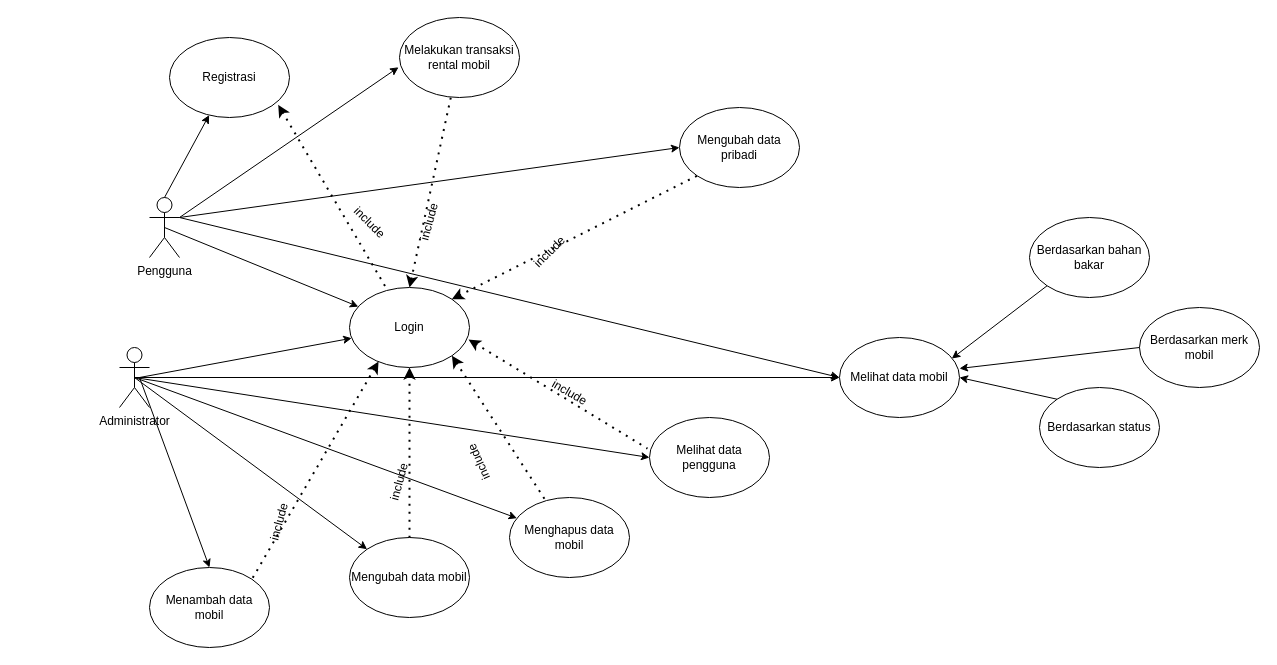
Earlier version of the draw.io diagram UTS.drawio (juanangelaalma/kelompok3_flutter). Source tidied: cells renumbered, new cells numbered last; positions are measured from the earlier drawing's top-left corner, leaving out a move shared by most shapes. Both pictures are drawn from the tidied source at 100%, with x=0, y=0 at pixel (119, 17).
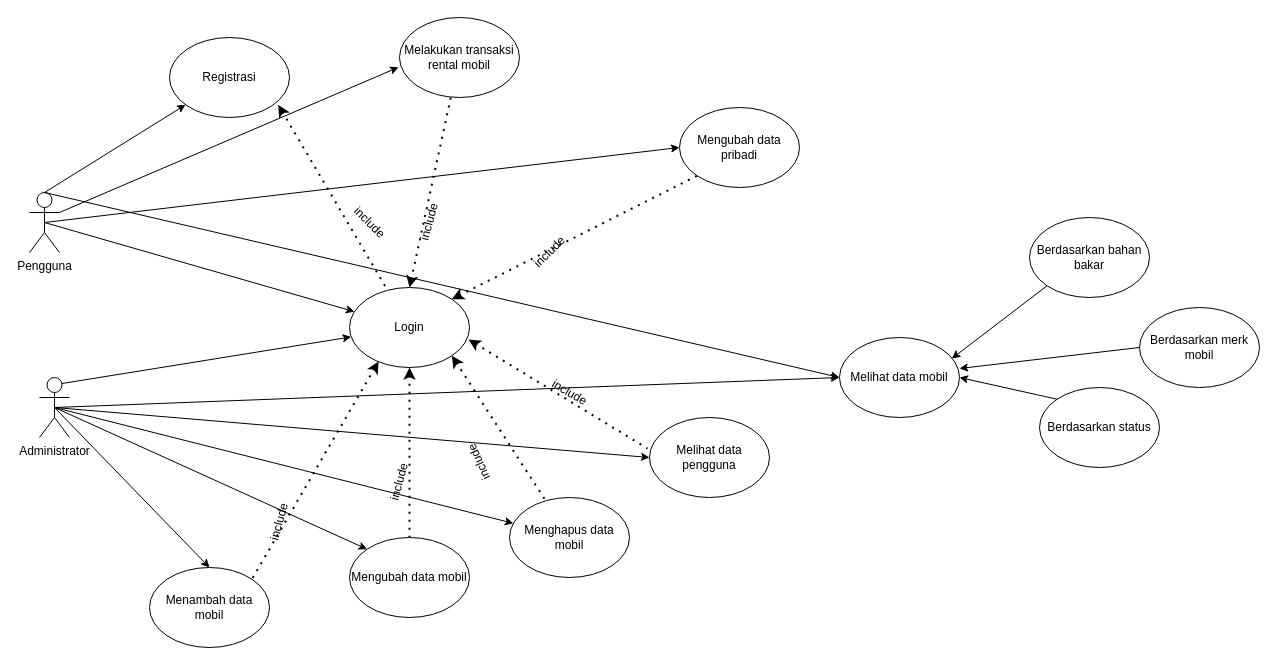
After the change.

The change refers to these unchanged cells:
```xml
<mxCell id="4" value="Login" style="ellipse;whiteSpace=wrap;html=1;" parent="1" vertex="1">
  <mxGeometry x="230" y="270" width="120" height="80" as="geometry" />
</mxCell>
<mxCell id="8" value="Mengubah data pribadi" style="ellipse;whiteSpace=wrap;html=1;" parent="1" vertex="1">
  <mxGeometry x="560" y="90" width="120" height="80" as="geometry" />
</mxCell>
<mxCell id="9" value="Menambah data mobil" style="ellipse;whiteSpace=wrap;html=1;" parent="1" vertex="1">
  <mxGeometry x="30" y="550" width="120" height="80" as="geometry" />
</mxCell>
<mxCell id="10" value="Melihat data mobil" style="ellipse;whiteSpace=wrap;html=1;" parent="1" vertex="1">
  <mxGeometry x="720" y="320" width="120" height="80" as="geometry" />
</mxCell>
```

Change to the diagram source:
```diff
@@
     <mxCell id="2" value="Pengguna" style="shape=umlActor;verticalLabelPosition=bottom;verticalAlign=top;html=1;outlineConnect=0;" parent="1" vertex="1">
-      <mxGeometry x="30" y="180" width="30" height="60" as="geometry" />
+      <mxGeometry x="-90" y="175" width="30" height="60" as="geometry" />
     </mxCell>
     <mxCell id="3" value="Administrator" style="shape=umlActor;verticalLabelPosition=bottom;verticalAlign=top;html=1;outlineConnect=0;" parent="1" vertex="1">
-      <mxGeometry y="330" width="30" height="60" as="geometry" />
+      <mxGeometry x="-80" y="360" width="30" height="60" as="geometry" />
     </mxCell>
@@
-    <mxCell id="16" style="endArrow=classic;html=1;rounded=0;" parent="1" edge="1" target="4">
-      <mxGeometry relative="1" as="geometry">
-        <mxPoint x="20" y="360" as="sourcePoint" />
-      </mxGeometry>
+    <mxCell id="16" style="endArrow=classic;html=1;rounded=0;exitX=0.75;exitY=0.1;exitDx=0;exitDy=0;exitPerimeter=0;" parent="1" edge="1" source="3" target="4">
+      <mxGeometry relative="1" as="geometry" />
     </mxCell>
@@
-    <mxCell id="24" style="endArrow=classic;html=1;rounded=0;entryX=0;entryY=0.5;entryDx=0;entryDy=0;" parent="1" edge="1" target="10">
-      <mxGeometry relative="1" as="geometry">
-        <mxPoint x="60" y="200" as="sourcePoint" />
-      </mxGeometry>
+    <mxCell id="24" style="endArrow=classic;html=1;rounded=0;entryX=0;entryY=0.5;entryDx=0;entryDy=0;exitX=0.5;exitY=0;exitDx=0;exitDy=0;exitPerimeter=0;" parent="1" edge="1" source="2" target="10">
+      <mxGeometry relative="1" as="geometry" />
     </mxCell>
@@
-    <mxCell id="29" style="endArrow=classic;html=1;rounded=0;entryX=0;entryY=0.5;entryDx=0;entryDy=0;" parent="1" edge="1" target="8">
-      <mxGeometry relative="1" as="geometry">
-        <mxPoint x="60" y="200" as="sourcePoint" />
-      </mxGeometry>
+    <mxCell id="29" style="endArrow=classic;html=1;rounded=0;entryX=0;entryY=0.5;entryDx=0;entryDy=0;exitX=0.5;exitY=0.5;exitDx=0;exitDy=0;exitPerimeter=0;" parent="1" edge="1" source="2" target="8">
+      <mxGeometry relative="1" as="geometry" />
     </mxCell>
@@
-    <mxCell id="32" style="endArrow=classic;html=1;rounded=0;entryX=0.5;entryY=0;entryDx=0;entryDy=0;" parent="1" edge="1" target="9">
-      <mxGeometry relative="1" as="geometry">
-        <mxPoint x="20" y="360" as="sourcePoint" />
-      </mxGeometry>
+    <mxCell id="32" style="endArrow=classic;html=1;rounded=0;entryX=0.5;entryY=0;entryDx=0;entryDy=0;exitX=0.5;exitY=0.5;exitDx=0;exitDy=0;exitPerimeter=0;" parent="1" edge="1" source="3" target="9">
+      <mxGeometry relative="1" as="geometry" />
     </mxCell>
```
